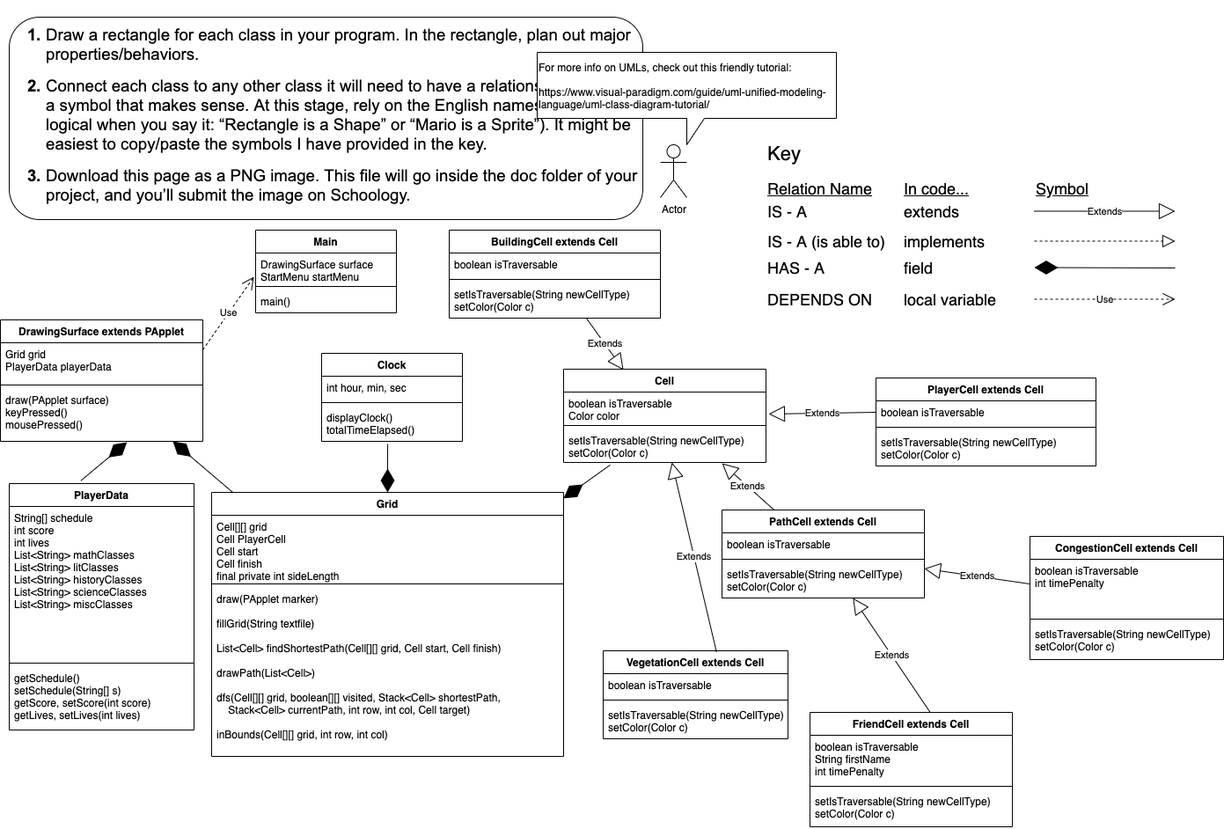
Before: Untardy/doc/UML - Untardy.png, a diagram exported from draw.io (HHSAPCompSci2020/capstone-project-orz). Source tidied: cells renumbered, new cells last; positions are measured from the earlier drawing's top-left corner, leaving out a move shared by most shapes.
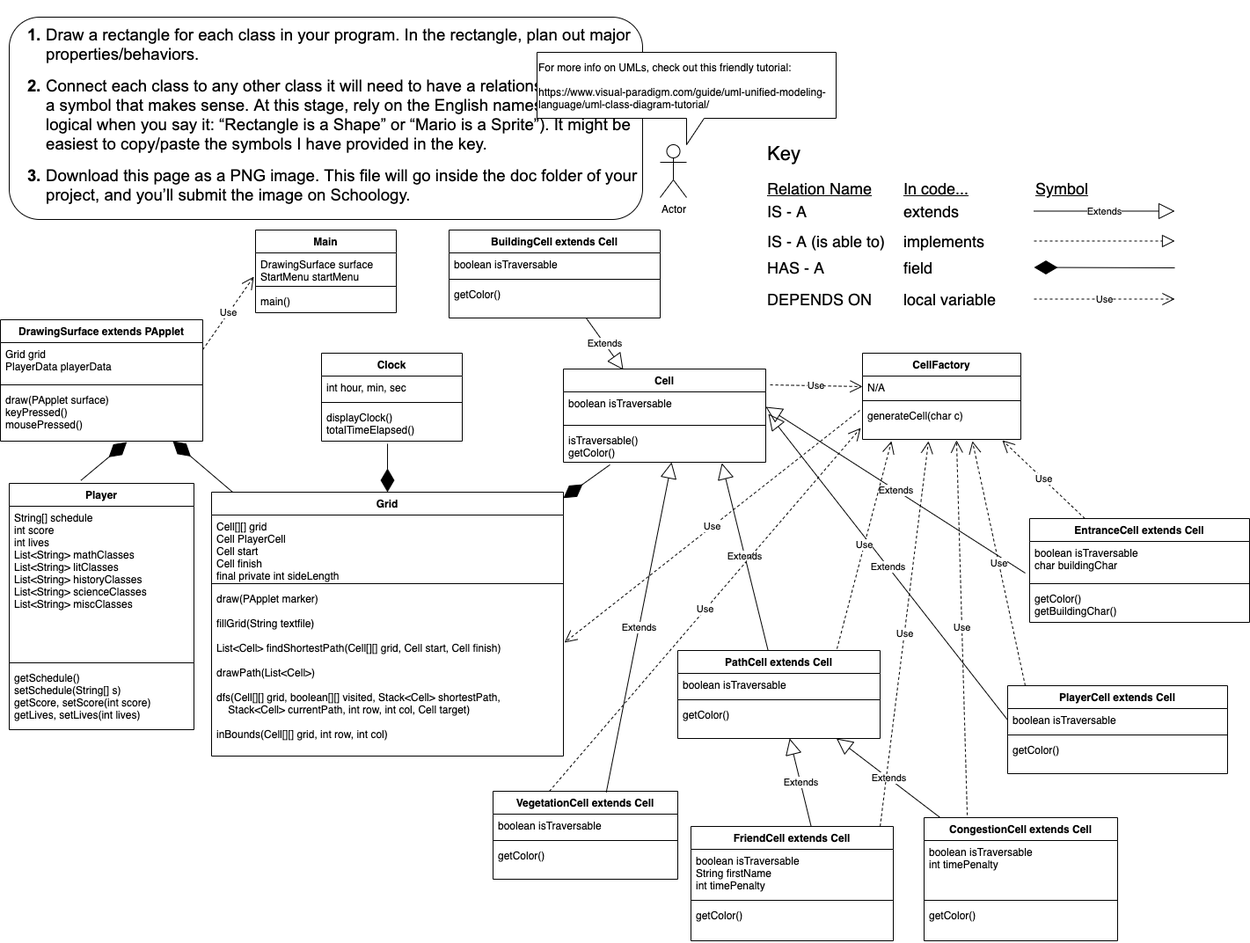
The same diagram one commit later.

What changed in the source:
```diff
@@ -107,7 +107,7 @@
     <mxCell id="32" value="draw(PApplet marker)&#10;&#10;fillGrid(String textfile)&#10;&#10;List&lt;Cell&gt; findShortestPath(Cell[][] grid, Cell start, Cell finish)&#10;&#10;drawPath(List&lt;Cell&gt;)&#10;&#10;dfs(Cell[][] grid, boolean[][] visited, Stack&lt;Cell&gt; shortestPath,&#10;    Stack&lt;Cell&gt; currentPath, int row, int col, Cell target)&#10;&#10;inBounds(Cell[][] grid, int row, int col)" style="text;strokeColor=none;fillColor=none;align=left;verticalAlign=top;spacingLeft=4;spacingRight=4;overflow=hidden;points=[[0,0.5],[1,0.5]];portConstraint=eastwest;" parent="29" vertex="1">
       <mxGeometry y="108" width="400" height="192" as="geometry" />
     </mxCell>
-    <mxCell id="33" value="PlayerData" style="swimlane;fontStyle=1;align=center;verticalAlign=top;horizontal=1;startSize=26;" parent="1" vertex="1">
+    <mxCell id="33" value="Player" style="swimlane;fontStyle=1;align=center;verticalAlign=top;horizontal=1;startSize=26;" parent="1" vertex="1">
       <mxGeometry x="10" y="530" width="210" height="280" as="geometry" />
     </mxCell>
     <mxCell id="34" value="String[] schedule&#10;int score&#10;int lives&#10;List&lt;String&gt; mathClasses&#10;List&lt;String&gt; litClasses&#10;List&lt;String&gt; historyClasses&#10;List&lt;String&gt; scienceClasses&#10;List&lt;String&gt; miscClasses" style="text;strokeColor=none;fillColor=none;align=left;verticalAlign=top;spacingLeft=4;spacingRight=4;overflow=hidden;" parent="33" vertex="1">
@@ -129,7 +129,7 @@
       <mxGeometry relative="1" as="geometry" />
     </mxCell>
     <mxCell id="40" value="CongestionCell extends Cell" style="swimlane;fontStyle=1;align=center;verticalAlign=top;horizontal=1;startSize=26;" parent="1" vertex="1">
-      <mxGeometry x="1170" y="590" width="220" height="140" as="geometry" />
+      <mxGeometry x="1050" y="910" width="220" height="140" as="geometry" />
     </mxCell>
     <mxCell id="41" value="boolean isTraversable&#10;int timePenalty" style="text;strokeColor=none;fillColor=none;align=left;verticalAlign=top;spacingLeft=4;spacingRight=4;overflow=hidden;" parent="40" vertex="1">
       <mxGeometry y="26" width="220" height="64" as="geometry" />
@@ -137,7 +137,7 @@
     <mxCell id="42" style="line;strokeWidth=1;fillColor=none;align=left;verticalAlign=middle;spacingTop=-1;spacingLeft=3;spacingRight=3;labelPosition=right;" parent="40" vertex="1">
       <mxGeometry y="90" width="220" height="8" as="geometry" />
     </mxCell>
-    <mxCell id="43" value="setIsTraversable(String newCellType)&#10;setColor(Color c)" style="text;strokeColor=none;fillColor=none;align=left;verticalAlign=top;spacingLeft=4;spacingRight=4;overflow=hidden;" parent="40" vertex="1">
+    <mxCell id="43" value="getColor()" style="text;strokeColor=none;fillColor=none;align=left;verticalAlign=top;spacingLeft=4;spacingRight=4;overflow=hidden;" parent="40" vertex="1">
       <mxGeometry y="98" width="220" height="42" as="geometry" />
     </mxCell>
     <mxCell id="44" value="BuildingCell extends Cell" style="swimlane;fontStyle=1;align=center;verticalAlign=top;horizontal=1;startSize=26;" parent="1" vertex="1">
@@ -149,11 +149,11 @@
     <mxCell id="46" style="line;strokeWidth=1;fillColor=none;align=left;verticalAlign=middle;spacingTop=-1;spacingLeft=3;spacingRight=3;labelPosition=right;" parent="44" vertex="1">
       <mxGeometry y="52" width="240" height="8" as="geometry" />
     </mxCell>
-    <mxCell id="47" value="setIsTraversable(String newCellType)&#10;setColor(Color c)" style="text;strokeColor=none;fillColor=none;align=left;verticalAlign=top;spacingLeft=4;spacingRight=4;overflow=hidden;" parent="44" vertex="1">
+    <mxCell id="47" value="getColor()" style="text;strokeColor=none;fillColor=none;align=left;verticalAlign=top;spacingLeft=4;spacingRight=4;overflow=hidden;" parent="44" vertex="1">
       <mxGeometry y="60" width="240" height="40" as="geometry" />
     </mxCell>
     <mxCell id="48" value="PathCell extends Cell" style="swimlane;fontStyle=1;align=center;verticalAlign=top;horizontal=1;startSize=26;" parent="1" vertex="1">
-      <mxGeometry x="820" y="560" width="230" height="100" as="geometry" />
+      <mxGeometry x="770" y="720" width="230" height="100" as="geometry" />
     </mxCell>
     <mxCell id="49" value="boolean isTraversable" style="text;strokeColor=none;fillColor=none;align=left;verticalAlign=top;spacingLeft=4;spacingRight=4;overflow=hidden;" parent="48" vertex="1">
       <mxGeometry y="26" width="230" height="26" as="geometry" />
@@ -161,11 +161,11 @@
     <mxCell id="50" style="line;strokeWidth=1;fillColor=none;align=left;verticalAlign=middle;spacingTop=-1;spacingLeft=3;spacingRight=3;labelPosition=right;" parent="48" vertex="1">
       <mxGeometry y="52" width="230" height="8" as="geometry" />
     </mxCell>
-    <mxCell id="51" value="setIsTraversable(String newCellType)&#10;setColor(Color c)" style="text;strokeColor=none;fillColor=none;align=left;verticalAlign=top;spacingLeft=4;spacingRight=4;overflow=hidden;" parent="48" vertex="1">
+    <mxCell id="51" value="getColor()" style="text;strokeColor=none;fillColor=none;align=left;verticalAlign=top;spacingLeft=4;spacingRight=4;overflow=hidden;" parent="48" vertex="1">
       <mxGeometry y="60" width="230" height="40" as="geometry" />
     </mxCell>
     <mxCell id="52" value="FriendCell extends Cell" style="swimlane;fontStyle=1;align=center;verticalAlign=top;horizontal=1;startSize=26;" parent="1" vertex="1">
-      <mxGeometry x="920" y="790" width="230" height="130" as="geometry" />
+      <mxGeometry x="785" y="920" width="230" height="130" as="geometry" />
     </mxCell>
     <mxCell id="53" value="boolean isTraversable&#10;String firstName&#10;int timePenalty" style="text;strokeColor=none;fillColor=none;align=left;verticalAlign=top;spacingLeft=4;spacingRight=4;overflow=hidden;" parent="52" vertex="1">
       <mxGeometry y="26" width="230" height="54" as="geometry" />
@@ -173,11 +173,11 @@
     <mxCell id="54" style="line;strokeWidth=1;fillColor=none;align=left;verticalAlign=middle;spacingTop=-1;spacingLeft=3;spacingRight=3;labelPosition=right;" parent="52" vertex="1">
       <mxGeometry y="80" width="230" height="8" as="geometry" />
     </mxCell>
-    <mxCell id="55" value="setIsTraversable(String newCellType)&#10;setColor(Color c)" style="text;strokeColor=none;fillColor=none;align=left;verticalAlign=top;spacingLeft=4;spacingRight=4;overflow=hidden;" parent="52" vertex="1">
+    <mxCell id="55" value="getColor()" style="text;strokeColor=none;fillColor=none;align=left;verticalAlign=top;spacingLeft=4;spacingRight=4;overflow=hidden;" parent="52" vertex="1">
       <mxGeometry y="88" width="230" height="42" as="geometry" />
     </mxCell>
     <mxCell id="56" value="VegetationCell extends Cell" style="swimlane;fontStyle=1;align=center;verticalAlign=top;horizontal=1;startSize=26;" parent="1" vertex="1">
-      <mxGeometry x="685" y="720" width="210" height="100" as="geometry" />
+      <mxGeometry x="560" y="880" width="210" height="100" as="geometry" />
     </mxCell>
     <mxCell id="57" value="boolean isTraversable" style="text;strokeColor=none;fillColor=none;align=left;verticalAlign=top;spacingLeft=4;spacingRight=4;overflow=hidden;" parent="56" vertex="1">
       <mxGeometry y="26" width="210" height="26" as="geometry" />
@@ -185,14 +185,14 @@
     <mxCell id="58" style="line;strokeWidth=1;fillColor=none;align=left;verticalAlign=middle;spacingTop=-1;spacingLeft=3;spacingRight=3;labelPosition=right;" parent="56" vertex="1">
       <mxGeometry y="52" width="210" height="8" as="geometry" />
     </mxCell>
-    <mxCell id="59" value="setIsTraversable(String newCellType)&#10;setColor(Color c)" style="text;strokeColor=none;fillColor=none;align=left;verticalAlign=top;spacingLeft=4;spacingRight=4;overflow=hidden;" parent="56" vertex="1">
+    <mxCell id="59" value="getColor()" style="text;strokeColor=none;fillColor=none;align=left;verticalAlign=top;spacingLeft=4;spacingRight=4;overflow=hidden;" parent="56" vertex="1">
       <mxGeometry y="60" width="210" height="40" as="geometry" />
     </mxCell>
     <mxCell id="60" value="Extends" style="endArrow=block;endSize=16;endFill=0;html=1;" parent="1" edge="1" source="40" target="48">
       <mxGeometry relative="1" as="geometry" />
     </mxCell>
     <mxCell id="61" value="PlayerCell extends Cell" style="swimlane;fontStyle=1;align=center;verticalAlign=top;horizontal=1;startSize=26;" parent="1" vertex="1">
-      <mxGeometry x="995" y="410" width="250" height="100" as="geometry" />
+      <mxGeometry x="1145" y="760" width="250" height="100" as="geometry" />
     </mxCell>
     <mxCell id="62" value="boolean isTraversable" style="text;strokeColor=none;fillColor=none;align=left;verticalAlign=top;spacingLeft=4;spacingRight=4;overflow=hidden;points=[[0,0.5],[1,0.5]];portConstraint=eastwest;" parent="61" vertex="1">
       <mxGeometry y="26" width="250" height="26" as="geometry" />
@@ -200,7 +200,7 @@
     <mxCell id="63" style="line;strokeWidth=1;fillColor=none;align=left;verticalAlign=middle;spacingTop=-1;spacingLeft=3;spacingRight=3;labelPosition=right;" parent="61" vertex="1">
       <mxGeometry y="52" width="250" height="8" as="geometry" />
     </mxCell>
-    <mxCell id="64" value="setIsTraversable(String newCellType)&#10;setColor(Color c)" style="text;strokeColor=none;fillColor=none;align=left;verticalAlign=top;spacingLeft=4;spacingRight=4;overflow=hidden;" parent="61" vertex="1">
+    <mxCell id="64" value="getColor()" style="text;strokeColor=none;fillColor=none;align=left;verticalAlign=top;spacingLeft=4;spacingRight=4;overflow=hidden;" parent="61" vertex="1">
       <mxGeometry y="60" width="250" height="40" as="geometry" />
     </mxCell>
     <mxCell id="65" value="Extends" style="endArrow=block;endSize=16;endFill=0;html=1;entryX=0.783;entryY=1.025;entryDx=0;entryDy=0;entryPerimeter=0;" parent="1" edge="1" source="48" target="79">
@@ -239,14 +239,65 @@
     <mxCell id="76" value="Cell" style="swimlane;fontStyle=1;align=center;verticalAlign=top;horizontal=1;startSize=26;" parent="1" vertex="1">
       <mxGeometry x="640" y="400" width="230" height="106" as="geometry" />
     </mxCell>
-    <mxCell id="77" value="boolean isTraversable&#10;Color color" style="text;strokeColor=none;fillColor=none;align=left;verticalAlign=top;spacingLeft=4;spacingRight=4;overflow=hidden;points=[[0,0.5],[1,0.5]];portConstraint=eastwest;" parent="76" vertex="1">
+    <mxCell id="77" value="boolean isTraversable" style="text;strokeColor=none;fillColor=none;align=left;verticalAlign=top;spacingLeft=4;spacingRight=4;overflow=hidden;points=[[0,0.5],[1,0.5]];portConstraint=eastwest;" parent="76" vertex="1">
       <mxGeometry y="26" width="230" height="34" as="geometry" />
     </mxCell>
     <mxCell id="78" style="line;strokeWidth=1;fillColor=none;align=left;verticalAlign=middle;spacingTop=-1;spacingLeft=3;spacingRight=3;labelPosition=right;" parent="76" vertex="1">
       <mxGeometry y="60" width="230" height="8" as="geometry" />
     </mxCell>
-    <mxCell id="79" value="setIsTraversable(String newCellType)&#10;setColor(Color c)" style="text;strokeColor=none;fillColor=none;align=left;verticalAlign=top;spacingLeft=4;spacingRight=4;overflow=hidden;points=[[0,0.5],[1,0.5]];portConstraint=eastwest;" parent="76" vertex="1">
+    <mxCell id="79" value="isTraversable()&#10;getColor()" style="text;strokeColor=none;fillColor=none;align=left;verticalAlign=top;spacingLeft=4;spacingRight=4;overflow=hidden;points=[[0,0.5],[1,0.5]];portConstraint=eastwest;" parent="76" vertex="1">
       <mxGeometry y="68" width="230" height="38" as="geometry" />
     </mxCell>
+    <mxCell id="80" value="EntranceCell extends Cell" style="swimlane;fontStyle=1;align=center;verticalAlign=top;horizontal=1;startSize=26;" parent="1" vertex="1">
+      <mxGeometry x="1170" y="570" width="250" height="118" as="geometry" />
+    </mxCell>
+    <mxCell id="81" value="boolean isTraversable&#10;char buildingChar" style="text;strokeColor=none;fillColor=none;align=left;verticalAlign=top;spacingLeft=4;spacingRight=4;overflow=hidden;points=[[0,0.5],[1,0.5]];portConstraint=eastwest;" parent="80" vertex="1">
+      <mxGeometry y="26" width="250" height="44" as="geometry" />
+    </mxCell>
+    <mxCell id="82" style="line;strokeWidth=1;fillColor=none;align=left;verticalAlign=middle;spacingTop=-1;spacingLeft=3;spacingRight=3;labelPosition=right;" parent="80" vertex="1">
+      <mxGeometry y="70" width="250" height="8" as="geometry" />
+    </mxCell>
+    <mxCell id="83" value="getColor()&#10;getBuildingChar()" style="text;strokeColor=none;fillColor=none;align=left;verticalAlign=top;spacingLeft=4;spacingRight=4;overflow=hidden;" parent="80" vertex="1">
+      <mxGeometry y="78" width="250" height="40" as="geometry" />
+    </mxCell>
+    <mxCell id="84" value="CellFactory" style="swimlane;fontStyle=1;align=center;verticalAlign=top;horizontal=1;startSize=26;" parent="1" vertex="1">
+      <mxGeometry x="980" y="382" width="180" height="98" as="geometry" />
+    </mxCell>
+    <mxCell id="85" value="N/A" style="text;strokeColor=none;fillColor=none;align=left;verticalAlign=top;spacingLeft=4;spacingRight=4;overflow=hidden;points=[[0,0.5],[1,0.5]];portConstraint=eastwest;" parent="84" vertex="1">
+      <mxGeometry y="26" width="180" height="24" as="geometry" />
+    </mxCell>
+    <mxCell id="86" style="line;strokeWidth=1;fillColor=none;align=left;verticalAlign=middle;spacingTop=-1;spacingLeft=3;spacingRight=3;labelPosition=right;" parent="84" vertex="1">
+      <mxGeometry y="50" width="180" height="8" as="geometry" />
+    </mxCell>
+    <mxCell id="87" value="generateCell(char c)" style="text;strokeColor=none;fillColor=none;align=left;verticalAlign=top;spacingLeft=4;spacingRight=4;overflow=hidden;points=[[0,0.5],[1,0.5]];portConstraint=eastwest;" parent="84" vertex="1">
+      <mxGeometry y="58" width="180" height="40" as="geometry" />
+    </mxCell>
+    <mxCell id="88" value="Extends" style="endArrow=block;endSize=16;endFill=0;html=1;exitX=-0.02;exitY=0.818;exitDx=0;exitDy=0;entryX=1;entryY=0.5;entryDx=0;entryDy=0;exitPerimeter=0;" parent="1" edge="1" source="81" target="77">
+      <mxGeometry relative="1" as="geometry" />
+    </mxCell>
+    <mxCell id="89" value="Use" style="endArrow=open;endSize=12;dashed=1;html=1;entryX=0;entryY=0.5;entryDx=0;entryDy=0;exitX=1.022;exitY=0.17;exitDx=0;exitDy=0;exitPerimeter=0;" parent="1" edge="1" source="76" target="85">
+      <mxGeometry relative="1" as="geometry" />
+    </mxCell>
+    <mxCell id="90" value="Use" style="endArrow=open;endSize=12;dashed=1;html=1;entryX=0.883;entryY=1.025;entryDx=0;entryDy=0;entryPerimeter=0;" parent="1" edge="1" source="80" target="87">
+      <mxGeometry relative="1" as="geometry" />
+    </mxCell>
+    <mxCell id="91" value="Use" style="endArrow=open;endSize=12;dashed=1;html=1;entryX=0.694;entryY=1.05;entryDx=0;entryDy=0;entryPerimeter=0;exitX=0.08;exitY=0;exitDx=0;exitDy=0;exitPerimeter=0;" parent="1" edge="1" source="61" target="87">
+      <mxGeometry relative="1" as="geometry" />
+    </mxCell>
+    <mxCell id="92" value="Use" style="endArrow=open;endSize=12;dashed=1;html=1;entryX=0.183;entryY=1.05;entryDx=0;entryDy=0;entryPerimeter=0;exitX=0.787;exitY=-0.02;exitDx=0;exitDy=0;exitPerimeter=0;" parent="1" edge="1" source="48" target="87">
+      <mxGeometry relative="1" as="geometry" />
+    </mxCell>
+    <mxCell id="93" value="Use" style="endArrow=open;endSize=12;dashed=1;html=1;entryX=-0.011;entryY=0.675;entryDx=0;entryDy=0;entryPerimeter=0;exitX=0.305;exitY=0;exitDx=0;exitDy=0;exitPerimeter=0;" parent="1" edge="1" source="56" target="87">
+      <mxGeometry relative="1" as="geometry" />
+    </mxCell>
+    <mxCell id="94" value="Use" style="endArrow=open;endSize=12;dashed=1;html=1;entryX=1.003;entryY=0.328;entryDx=0;entryDy=0;entryPerimeter=0;exitX=-0.017;exitY=0.175;exitDx=0;exitDy=0;exitPerimeter=0;" parent="1" edge="1" source="87" target="32">
+      <mxGeometry relative="1" as="geometry" />
+    </mxCell>
+    <mxCell id="95" value="Use" style="endArrow=open;endSize=12;dashed=1;html=1;entryX=0.417;entryY=1.05;entryDx=0;entryDy=0;entryPerimeter=0;exitX=0.935;exitY=0;exitDx=0;exitDy=0;exitPerimeter=0;" parent="1" edge="1" source="52" target="87">
+      <mxGeometry relative="1" as="geometry" />
+    </mxCell>
+    <mxCell id="96" value="Use" style="endArrow=open;endSize=12;dashed=1;html=1;entryX=0.594;entryY=1.025;entryDx=0;entryDy=0;entryPerimeter=0;exitX=0.223;exitY=-0.021;exitDx=0;exitDy=0;exitPerimeter=0;" parent="1" edge="1" source="40" target="87">
+      <mxGeometry relative="1" as="geometry" />
+    </mxCell>
   </root>
 </mxGraphModel>
```
